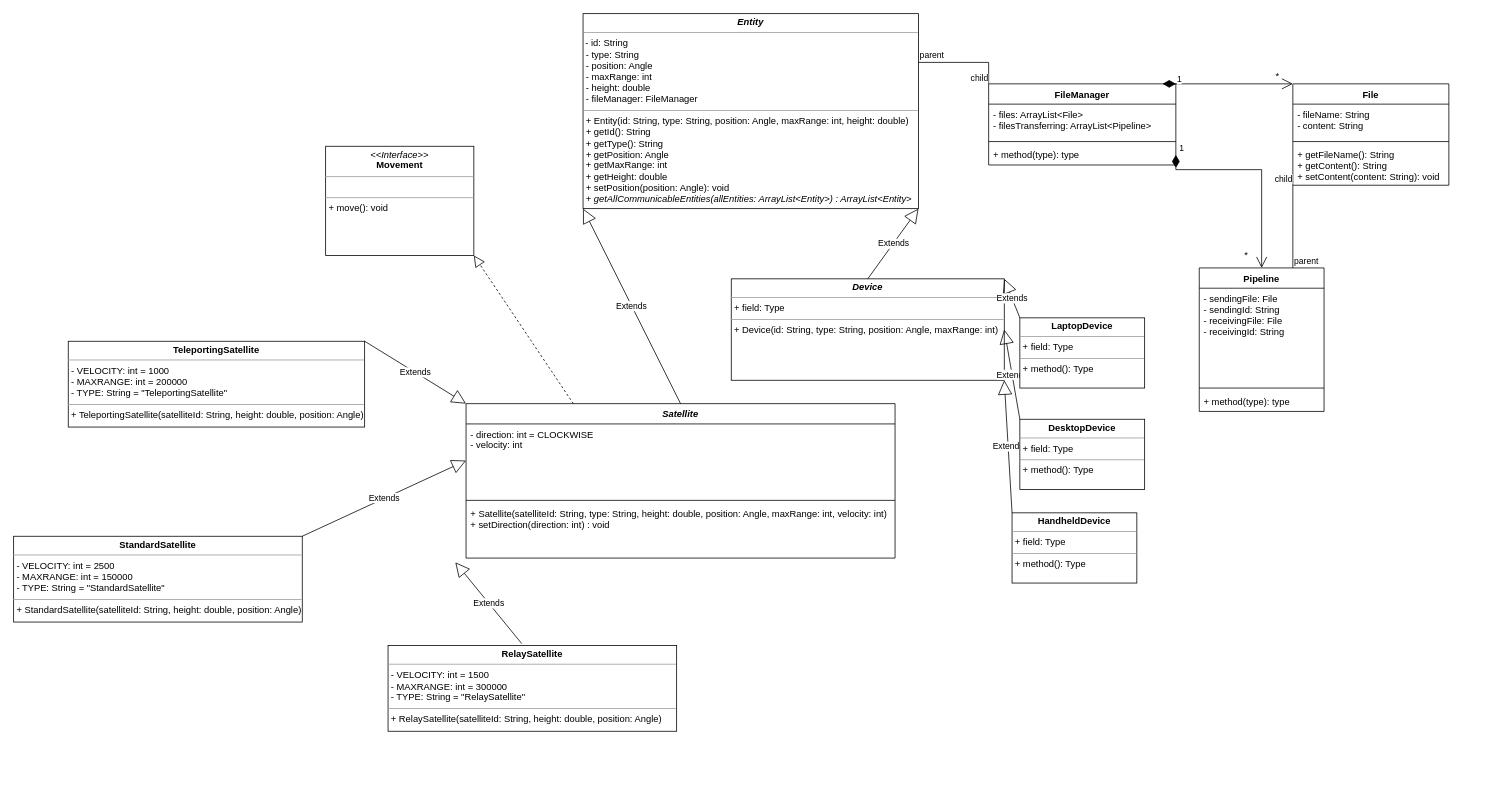
Above: Untitled Diagram.drawio in StevenM2002/COMP2511Ass1UML (draw.io), before the change. Source tidied: cells renumbered, new cells numbered last; positions are measured from the earlier drawing's top-left corner, leaving out a move shared by most shapes. Both pictures are drawn from the tidied source at 78%, with x=0, y=0 at pixel (13, 13).
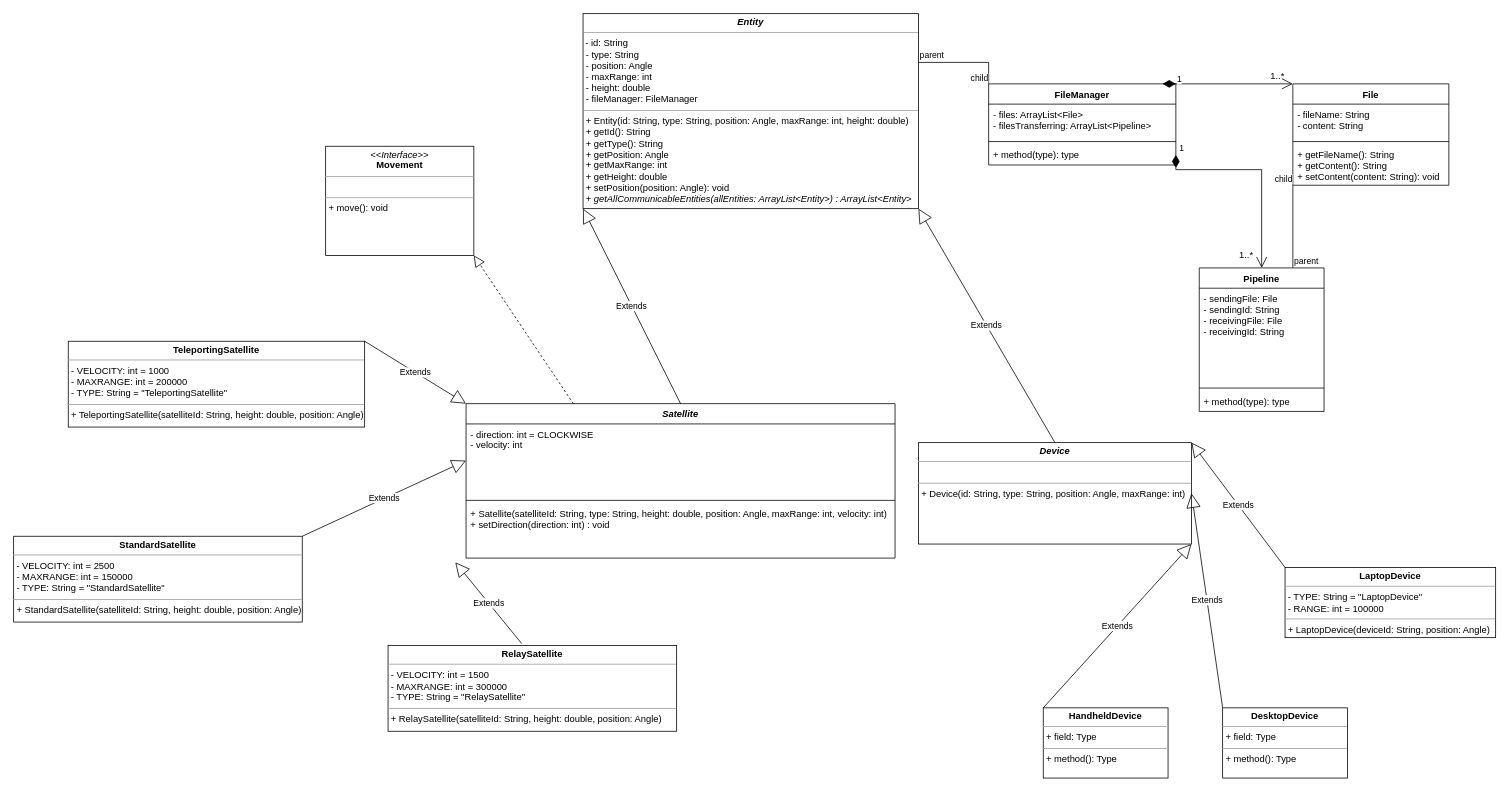
Above is the later version.

The edit, as a diff of the source:
```diff
@@
-    <mxCell id="6" value="&lt;p style=&quot;margin:0px;margin-top:4px;text-align:center;&quot;&gt;&lt;b&gt;&lt;i&gt;Device&lt;/i&gt;&lt;/b&gt;&lt;/p&gt;&lt;hr size=&quot;1&quot;&gt;&lt;p style=&quot;margin:0px;margin-left:4px;&quot;&gt;+ field: Type&lt;/p&gt;&lt;hr size=&quot;1&quot;&gt;&lt;p style=&quot;margin:0px;margin-left:4px;&quot;&gt;+ Device(id: String, type: String, position: Angle, maxRange: int)&lt;/p&gt;&lt;p style=&quot;margin:0px;margin-left:4px;&quot;&gt;&lt;br&gt;&lt;/p&gt;" style="verticalAlign=top;align=left;overflow=fill;fontSize=12;fontFamily=Helvetica;html=1;" parent="1" vertex="1">
-      <mxGeometry x="920" y="340" width="350" height="130" as="geometry" />
+    <mxCell id="6" value="&lt;p style=&quot;margin:0px;margin-top:4px;text-align:center;&quot;&gt;&lt;b&gt;&lt;i&gt;Device&lt;/i&gt;&lt;/b&gt;&lt;/p&gt;&lt;hr size=&quot;1&quot;&gt;&lt;p style=&quot;margin:0px;margin-left:4px;&quot;&gt;&lt;br&gt;&lt;/p&gt;&lt;hr size=&quot;1&quot;&gt;&lt;p style=&quot;margin:0px;margin-left:4px;&quot;&gt;+ Device(id: String, type: String, position: Angle, maxRange: int)&lt;/p&gt;&lt;p style=&quot;margin:0px;margin-left:4px;&quot;&gt;&lt;br&gt;&lt;/p&gt;" style="verticalAlign=top;align=left;overflow=fill;fontSize=12;fontFamily=Helvetica;html=1;" parent="1" vertex="1">
+      <mxGeometry x="1160" y="550" width="350" height="130" as="geometry" />
     </mxCell>
@@
     <mxCell id="13" value="&lt;p style=&quot;margin:0px;margin-top:4px;text-align:center;&quot;&gt;&lt;b&gt;HandheldDevice&lt;/b&gt;&lt;/p&gt;&lt;hr size=&quot;1&quot;&gt;&lt;p style=&quot;margin:0px;margin-left:4px;&quot;&gt;+ field: Type&lt;/p&gt;&lt;hr size=&quot;1&quot;&gt;&lt;p style=&quot;margin:0px;margin-left:4px;&quot;&gt;+ method(): Type&lt;/p&gt;" style="verticalAlign=top;align=left;overflow=fill;fontSize=12;fontFamily=Helvetica;html=1;" parent="1" vertex="1">
-      <mxGeometry x="1280" y="640" width="160" height="90" as="geometry" />
+      <mxGeometry x="1320" y="890" width="160" height="90" as="geometry" />
     </mxCell>
@@
     <mxCell id="15" value="&lt;p style=&quot;margin:0px;margin-top:4px;text-align:center;&quot;&gt;&lt;b&gt;DesktopDevice&lt;/b&gt;&lt;/p&gt;&lt;hr size=&quot;1&quot;&gt;&lt;p style=&quot;margin:0px;margin-left:4px;&quot;&gt;+ field: Type&lt;/p&gt;&lt;hr size=&quot;1&quot;&gt;&lt;p style=&quot;margin:0px;margin-left:4px;&quot;&gt;+ method(): Type&lt;/p&gt;" style="verticalAlign=top;align=left;overflow=fill;fontSize=12;fontFamily=Helvetica;html=1;" parent="1" vertex="1">
-      <mxGeometry x="1290" y="520" width="160" height="90" as="geometry" />
+      <mxGeometry x="1550" y="890" width="160" height="90" as="geometry" />
     </mxCell>
@@
-    <mxCell id="17" value="&lt;p style=&quot;margin:0px;margin-top:4px;text-align:center;&quot;&gt;&lt;b&gt;LaptopDevice&lt;/b&gt;&lt;/p&gt;&lt;hr size=&quot;1&quot;&gt;&lt;p style=&quot;margin:0px;margin-left:4px;&quot;&gt;+ field: Type&lt;/p&gt;&lt;hr size=&quot;1&quot;&gt;&lt;p style=&quot;margin:0px;margin-left:4px;&quot;&gt;+ method(): Type&lt;/p&gt;" style="verticalAlign=top;align=left;overflow=fill;fontSize=12;fontFamily=Helvetica;html=1;" parent="1" vertex="1">
-      <mxGeometry x="1290" y="390" width="160" height="90" as="geometry" />
+    <mxCell id="17" value="&lt;p style=&quot;margin:0px;margin-top:4px;text-align:center;&quot;&gt;&lt;b&gt;LaptopDevice&lt;/b&gt;&lt;/p&gt;&lt;hr size=&quot;1&quot;&gt;&lt;p style=&quot;margin:0px;margin-left:4px;&quot;&gt;- TYPE: String = &quot;LaptopDevice&quot;&lt;/p&gt;&lt;p style=&quot;margin:0px;margin-left:4px;&quot;&gt;- RANGE: int = 100000&lt;/p&gt;&lt;hr size=&quot;1&quot;&gt;&lt;p style=&quot;margin:0px;margin-left:4px;&quot;&gt;+ LaptopDevice(deviceId: String, position: Angle)&lt;/p&gt;" style="verticalAlign=top;align=left;overflow=fill;fontSize=12;fontFamily=Helvetica;html=1;" parent="1" vertex="1">
+      <mxGeometry x="1630" y="710" width="270" height="90" as="geometry" />
     </mxCell>
@@
-    <mxCell id="44" value="*" style="text;html=1;align=center;verticalAlign=middle;strokeColor=none;fillColor=none;" parent="1" vertex="1">
-      <mxGeometry x="1570" y="300" width="20" height="20" as="geometry" />
+    <mxCell id="44" value="1..*" style="text;html=1;align=center;verticalAlign=middle;strokeColor=none;fillColor=none;" parent="1" vertex="1">
+      <mxGeometry x="1565" y="300" width="30" height="20" as="geometry" />
     </mxCell>
-    <mxCell id="45" value="*" style="text;html=1;align=center;verticalAlign=middle;strokeColor=none;fillColor=none;" parent="1" vertex="1">
-      <mxGeometry x="1610" y="70" width="20" height="20" as="geometry" />
+    <mxCell id="45" value="1..*" style="text;html=1;align=center;verticalAlign=middle;strokeColor=none;fillColor=none;" parent="1" vertex="1">
+      <mxGeometry x="1605" y="70" width="30" height="20" as="geometry" />
     </mxCell>
```
